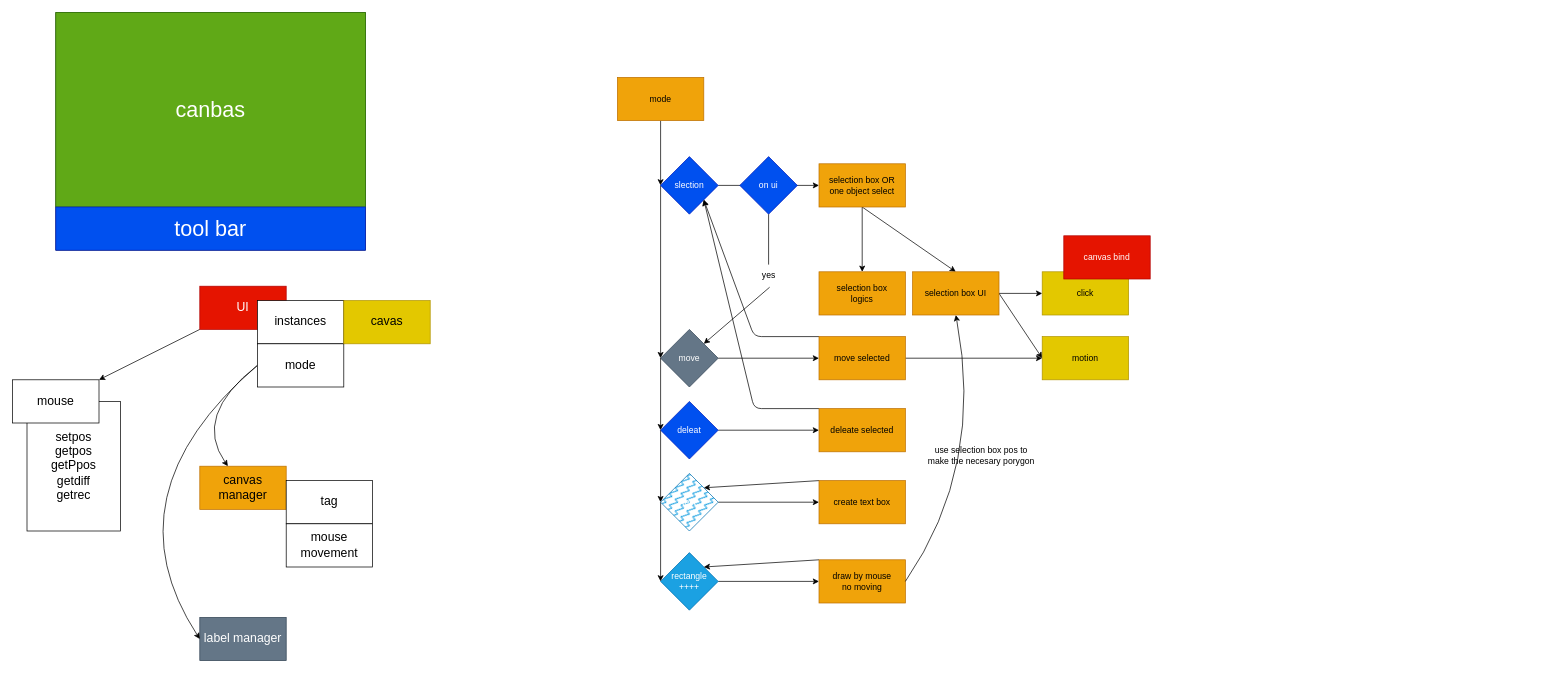
The draw.io diagram page "図形描画ソフト" (2 of 2) of UI.dio in ren255/tkShapeDrawer, before the edit. Source tidied: cells renumbered, new cells numbered last; positions are measured from the earlier drawing's top-left corner, leaving out a move shared by most shapes. Both pictures are drawn from the tidied source at 72%, with x=0, y=0 at pixel (12, 12).
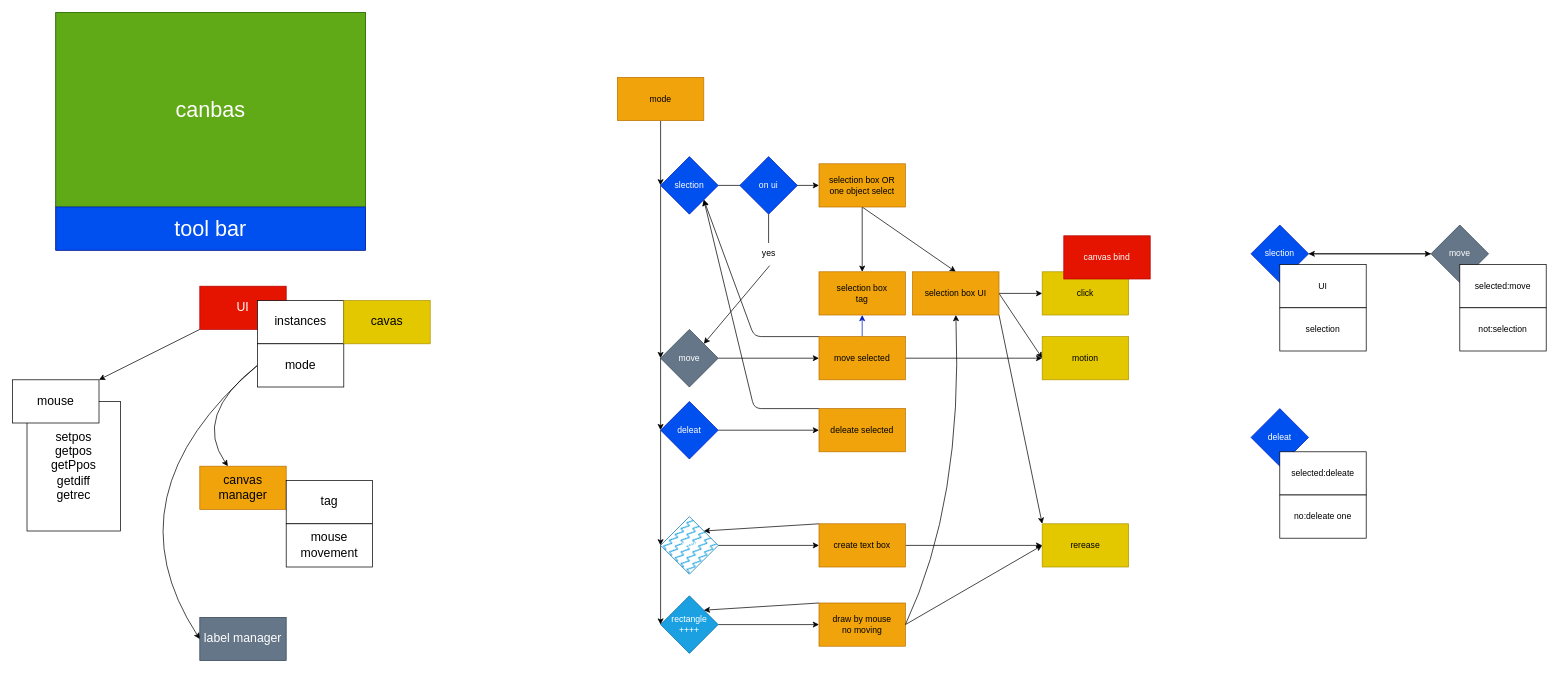
The same page after the edit.

Commit message (it also covers changes not shown here):
basic object creation

The change refers to these unchanged cells:
```xml
<mxCell id="38" value="move selected" style="whiteSpace=wrap;html=1;fillColor=#f0a30a;fontColor=#000000;strokeColor=#BD7000;" parent="1" vertex="1">
  <mxGeometry x="1120" y="450" width="120" height="60" as="geometry" />
</mxCell>
<mxCell id="53" value="selection box UI" style="whiteSpace=wrap;html=1;fillColor=#f0a30a;fontColor=#000000;strokeColor=#BD7000;" parent="1" vertex="1">
  <mxGeometry x="1250" y="360" width="120" height="60" as="geometry" />
</mxCell>
```

Change to the diagram source:
```diff
@@
     <mxCell id="27" value="text" style="rhombus;whiteSpace=wrap;html=1;fillColor=#1ba1e2;fontColor=#ffffff;strokeColor=#006EAF;fillStyle=zigzag-line;" parent="1" vertex="1">
-      <mxGeometry x="900" y="640" width="80" height="80" as="geometry" />
+      <mxGeometry x="900" y="700" width="80" height="80" as="geometry" />
     </mxCell>
@@
     <mxCell id="30" value="rectangle&lt;br&gt;++++" style="rhombus;whiteSpace=wrap;html=1;fillColor=#1ba1e2;fontColor=#ffffff;strokeColor=#006EAF;" parent="1" vertex="1">
-      <mxGeometry x="900" y="750" width="80" height="80" as="geometry" />
+      <mxGeometry x="900" y="810" width="80" height="80" as="geometry" />
     </mxCell>
@@
+    <mxCell id="60" style="edgeStyle=none;html=1;exitX=0.5;exitY=0;exitDx=0;exitDy=0;entryX=0.5;entryY=1;entryDx=0;entryDy=0;fillColor=#0050ef;strokeColor=#001DBC;" parent="1" edge="1" source="38" target="54">
+      <mxGeometry relative="1" as="geometry" />
+    </mxCell>
@@
+    <mxCell id="61" style="edgeStyle=none;html=1;exitX=1;exitY=0.5;exitDx=0;exitDy=0;entryX=0;entryY=0.5;entryDx=0;entryDy=0;" parent="1" edge="1" source="42" target="64">
+      <mxGeometry relative="1" as="geometry" />
+    </mxCell>
     <mxCell id="42" value="create text box" style="whiteSpace=wrap;html=1;fillColor=#f0a30a;fontColor=#000000;strokeColor=#BD7000;" parent="1" vertex="1">
-      <mxGeometry x="1120" y="650" width="120" height="60" as="geometry" />
+      <mxGeometry x="1120" y="710" width="120" height="60" as="geometry" />
     </mxCell>
@@
+    <mxCell id="62" style="edgeStyle=none;html=1;exitX=1;exitY=0.5;exitDx=0;exitDy=0;entryX=0;entryY=0.5;entryDx=0;entryDy=0;" parent="1" edge="1" source="44" target="64">
+      <mxGeometry relative="1" as="geometry" />
+    </mxCell>
     <mxCell id="44" value="draw by mouse&lt;br&gt;no moving" style="whiteSpace=wrap;html=1;fillColor=#f0a30a;fontColor=#000000;strokeColor=#BD7000;" parent="1" vertex="1">
-      <mxGeometry x="1120" y="760" width="120" height="60" as="geometry" />
+      <mxGeometry x="1120" y="820" width="120" height="60" as="geometry" />
     </mxCell>
     <mxCell id="45" style="edgeStyle=none;curved=1;html=1;strokeColor=default;entryX=0.5;entryY=1;entryDx=0;entryDy=0;exitX=1;exitY=0.5;exitDx=0;exitDy=0;" parent="1" edge="1" source="44" target="53">
       <mxGeometry relative="1" as="geometry">
         <Array as="points">
-          <mxPoint x="1350" y="630" />
+          <mxPoint x="1320" y="680" />
         </Array>
       </mxGeometry>
     </mxCell>
@@
+    <mxCell id="63" style="edgeStyle=none;html=1;exitX=1;exitY=1;exitDx=0;exitDy=0;entryX=0;entryY=0;entryDx=0;entryDy=0;" parent="1" edge="1" source="53" target="64">
+      <mxGeometry relative="1" as="geometry" />
+    </mxCell>
@@
-    <mxCell id="54" value="selection box&lt;br&gt;logics" style="whiteSpace=wrap;html=1;fillColor=#f0a30a;fontColor=#000000;strokeColor=#BD7000;" parent="1" vertex="1">
+    <mxCell id="54" value="selection box&lt;br&gt;tag" style="whiteSpace=wrap;html=1;fillColor=#f0a30a;fontColor=#000000;strokeColor=#BD7000;" parent="1" vertex="1">
       <mxGeometry x="1120" y="360" width="120" height="60" as="geometry" />
     </mxCell>
@@
     <mxCell id="58" value="yes" style="text;html=1;align=center;verticalAlign=middle;points=[];strokeColor=none;fillColor=none;" parent="1" vertex="1">
-      <mxGeometry x="1030" y="350" width="40" height="30" as="geometry" />
+      <mxGeometry x="1030" y="320" width="40" height="30" as="geometry" />
     </mxCell>
-    <mxCell id="59" value="use selection box pos to &lt;br&gt;make the necesary porygon" style="text;html=1;align=center;verticalAlign=middle;strokeColor=none;fillColor=none;" parent="1" vertex="1">
-      <mxGeometry x="1260" y="595" width="170" height="40" as="geometry" />
-    </mxCell>
+    <mxCell id="64" value="rerease" style="whiteSpace=wrap;html=1;fillStyle=auto;fillColor=#e3c800;fontColor=#000000;strokeColor=#B09500;" parent="1" vertex="1">
+      <mxGeometry x="1430" y="710" width="120" height="60" as="geometry" />
+    </mxCell>
+    <mxCell id="65" style="edgeStyle=none;html=1;exitX=1;exitY=0.5;exitDx=0;exitDy=0;entryX=0;entryY=0.5;entryDx=0;entryDy=0;" parent="1" edge="1" source="66" target="68">
+      <mxGeometry relative="1" as="geometry" />
+    </mxCell>
+    <mxCell id="66" value="slection" style="rhombus;whiteSpace=wrap;html=1;fillColor=#0050ef;fontColor=#ffffff;strokeColor=#001DBC;" parent="1" vertex="1">
+      <mxGeometry x="1720" y="295" width="80" height="80" as="geometry" />
+    </mxCell>
+    <mxCell id="67" style="edgeStyle=none;html=1;exitX=0;exitY=0.5;exitDx=0;exitDy=0;entryX=1;entryY=0.5;entryDx=0;entryDy=0;" parent="1" edge="1" source="68" target="66">
+      <mxGeometry relative="1" as="geometry" />
+    </mxCell>
+    <mxCell id="68" value="move" style="rhombus;whiteSpace=wrap;html=1;fillColor=#647687;fontColor=#ffffff;strokeColor=#314354;" parent="1" vertex="1">
+      <mxGeometry x="1970" y="295" width="80" height="80" as="geometry" />
+    </mxCell>
+    <mxCell id="69" value="deleat" style="rhombus;whiteSpace=wrap;html=1;fillColor=#0050ef;fontColor=#ffffff;strokeColor=#001DBC;" parent="1" vertex="1">
+      <mxGeometry x="1720" y="550" width="80" height="80" as="geometry" />
+    </mxCell>
+    <mxCell id="70" value="UI" style="whiteSpace=wrap;html=1;" parent="1" vertex="1">
+      <mxGeometry x="1760" y="350" width="120" height="60" as="geometry" />
+    </mxCell>
+    <mxCell id="71" value="selection" style="whiteSpace=wrap;html=1;" parent="1" vertex="1">
+      <mxGeometry x="1760" y="410" width="120" height="60" as="geometry" />
+    </mxCell>
+    <mxCell id="72" value="selected:deleate" style="whiteSpace=wrap;html=1;" parent="1" vertex="1">
+      <mxGeometry x="1760" y="610" width="120" height="60" as="geometry" />
+    </mxCell>
+    <mxCell id="73" value="no:deleate one" style="whiteSpace=wrap;html=1;" parent="1" vertex="1">
+      <mxGeometry x="1760" y="670" width="120" height="60" as="geometry" />
+    </mxCell>
+    <mxCell id="74" value="selected:move" style="whiteSpace=wrap;html=1;" parent="1" vertex="1">
+      <mxGeometry x="2010" y="350" width="120" height="60" as="geometry" />
+    </mxCell>
+    <mxCell id="75" value="not:selection" style="whiteSpace=wrap;html=1;" parent="1" vertex="1">
+      <mxGeometry x="2010" y="410" width="120" height="60" as="geometry" />
+    </mxCell>
```
